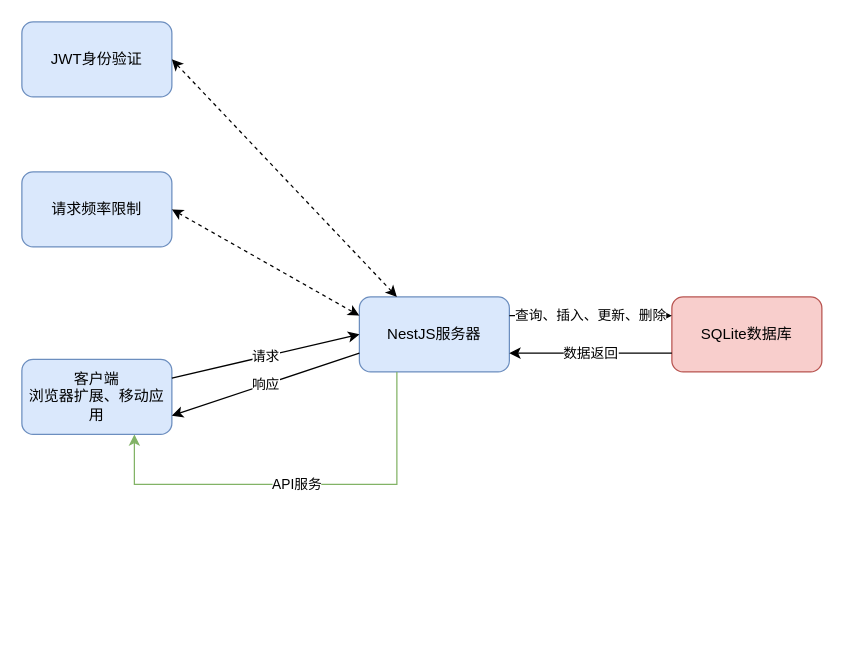
Before: drawio/system-architecture.drawio in ancientElement/CyberHamster, a draw.io diagram. Source tidied: cells renumbered, new cells numbered last; positions are measured from the earlier drawing's top-left corner, leaving out a move shared by most shapes. Both pictures are drawn from the tidied source at 125%, with x=0, y=0 at pixel (21, 21).
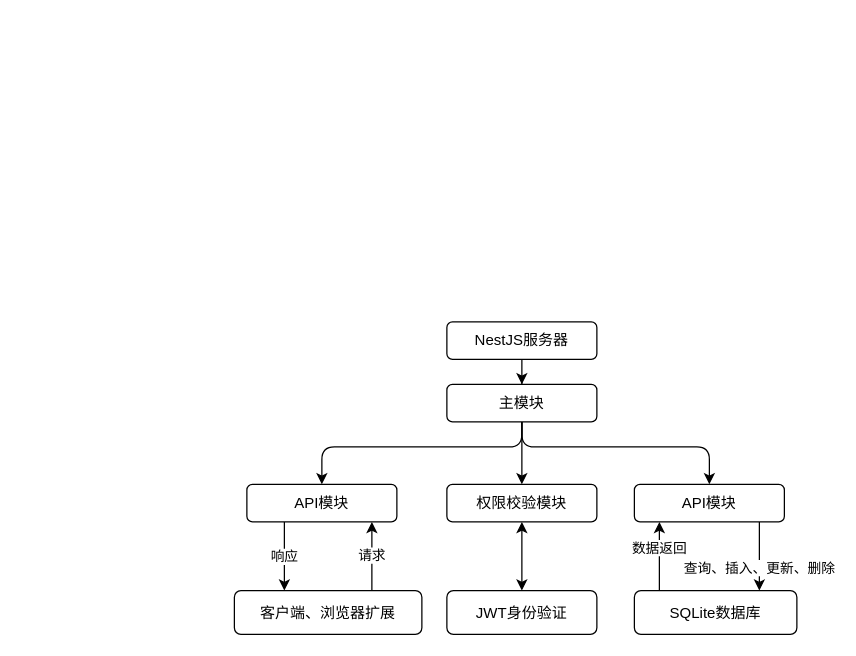
The same diagram, later.

The edit, as a diff of the source:
```diff
@@
-    <mxCell id="2" value="JWT身份验证" style="rounded=1;whiteSpace=wrap;html=1;fillColor=#dae8fc;strokeColor=#6c8ebf;" parent="1" vertex="1">
-      <mxGeometry width="120" height="60" as="geometry" />
+    <mxCell id="2" value="JWT身份验证" style="rounded=1;whiteSpace=wrap;html=1;" parent="1" vertex="1">
+      <mxGeometry x="340" y="455" width="120" height="35" as="geometry" />
     </mxCell>
-    <mxCell id="3" value="请求频率限制" style="rounded=1;whiteSpace=wrap;html=1;fillColor=#dae8fc;strokeColor=#6c8ebf;" parent="1" vertex="1">
-      <mxGeometry y="120" width="120" height="60" as="geometry" />
-    </mxCell>
-    <mxCell id="4" value="客户端&#10;浏览器扩展、移动应用" style="rounded=1;whiteSpace=wrap;html=1;fillColor=#dae8fc;strokeColor=#6c8ebf;" parent="1" vertex="1">
-      <mxGeometry y="270" width="120" height="60" as="geometry" />
+    <mxCell id="4" value="客户端、浏览器扩展" style="rounded=1;whiteSpace=wrap;html=1;" parent="1" vertex="1">
+      <mxGeometry x="170" y="455" width="150" height="35" as="geometry" />
     </mxCell>
+    <mxCell id="14" style="edgeStyle=orthogonalEdgeStyle;rounded=0;jettySize=auto;html=1;" parent="1" edge="1" source="5" target="18">
+      <mxGeometry relative="1" as="geometry">
+        <Array as="points">
+          <mxPoint x="400" y="360" />
+          <mxPoint x="400" y="360" />
+        </Array>
+      </mxGeometry>
+    </mxCell>
+    <mxCell id="15" style="edgeStyle=orthogonalEdgeStyle;rounded=1;jettySize=auto;html=1;curved=0;" parent="1" edge="1" source="5" target="17">
+      <mxGeometry relative="1" as="geometry">
+        <Array as="points">
+          <mxPoint x="400" y="340" />
+          <mxPoint x="550" y="340" />
+        </Array>
+      </mxGeometry>
+    </mxCell>
-    <mxCell id="5" value="NestJS服务器" style="rounded=1;whiteSpace=wrap;html=1;fillColor=#dae8fc;strokeColor=#6c8ebf;" parent="1" vertex="1">
-      <mxGeometry x="270" y="220" width="120" height="60" as="geometry" />
+    <mxCell id="5" value="主模块" style="rounded=1;whiteSpace=wrap;html=1;" parent="1" vertex="1">
+      <mxGeometry x="340" y="290" width="120" height="30" as="geometry" />
     </mxCell>
-    <mxCell id="6" value="SQLite数据库" style="rounded=1;whiteSpace=wrap;html=1;fillColor=#f8cecc;strokeColor=#b85450;" parent="1" vertex="1">
-      <mxGeometry x="520" y="220" width="120" height="60" as="geometry" />
+    <mxCell id="6" value="SQLite数据库" style="rounded=1;whiteSpace=wrap;html=1;" parent="1" vertex="1">
+      <mxGeometry x="490" y="455" width="130" height="35" as="geometry" />
     </mxCell>
-    <mxCell id="7" style="endArrow=classic;startArrow=classic;html=1;rounded=0;exitX=1;exitY=0.5;exitDx=0;exitDy=0;entryX=0.25;entryY=0;entryDx=0;entryDy=0;dashed=1;" parent="1" edge="1" source="2" target="5">
+    <mxCell id="7" style="endArrow=classic;startArrow=classic;html=1;rounded=0;" parent="1" edge="1" source="2" target="18">
       <mxGeometry relative="1" as="geometry" />
     </mxCell>
-    <mxCell id="8" style="endArrow=classic;startArrow=classic;html=1;rounded=0;exitX=1;exitY=0.5;exitDx=0;exitDy=0;entryX=0;entryY=0.25;entryDx=0;entryDy=0;dashed=1;" parent="1" edge="1" source="3" target="5">
-      <mxGeometry relative="1" as="geometry" />
-    </mxCell>
-    <mxCell id="9" value="请求" style="endArrow=classic;html=1;rounded=0;exitX=1;exitY=0.25;exitDx=0;exitDy=0;entryX=0;entryY=0.5;entryDx=0;entryDy=0;" parent="1" edge="1" source="4" target="5">
-      <mxGeometry relative="1" as="geometry" />
+    <mxCell id="9" value="请求" style="endArrow=classic;html=1;rounded=0;edgeStyle=orthogonalEdgeStyle;" parent="1" edge="1" source="4" target="16">
+      <mxGeometry relative="1" as="geometry">
+        <Array as="points">
+          <mxPoint x="280" y="440" />
+          <mxPoint x="280" y="440" />
+        </Array>
+      </mxGeometry>
     </mxCell>
-    <mxCell id="10" value="响应" style="endArrow=classic;html=1;rounded=0;exitX=0;exitY=0.75;exitDx=0;exitDy=0;entryX=1;entryY=0.75;entryDx=0;entryDy=0;" parent="1" edge="1" source="5" target="4">
-      <mxGeometry relative="1" as="geometry" />
+    <mxCell id="10" value="响应" style="endArrow=classic;html=1;rounded=0;edgeStyle=orthogonalEdgeStyle;" parent="1" edge="1" source="16" target="4">
+      <mxGeometry relative="1" as="geometry">
+        <Array as="points">
+          <mxPoint x="210" y="430" />
+          <mxPoint x="210" y="430" />
+        </Array>
+      </mxGeometry>
     </mxCell>
-    <mxCell id="11" value="API服务" style="endArrow=classic;html=1;rounded=0;exitX=0.25;exitY=1;exitDx=0;exitDy=0;entryX=0.75;entryY=1;entryDx=0;entryDy=0;fillColor=#d5e8d4;strokeColor=#82b366;" parent="1" edge="1" source="5" target="4">
+    <mxCell id="11" style="endArrow=classic;html=1;rounded=1;edgeStyle=orthogonalEdgeStyle;curved=0;" parent="1" edge="1" source="5" target="16">
       <mxGeometry relative="1" as="geometry">
         <Array as="points">
-          <mxPoint x="300" y="370" />
-          <mxPoint x="90" y="370" />
+          <mxPoint x="400" y="340" />
+          <mxPoint x="240" y="340" />
         </Array>
       </mxGeometry>
     </mxCell>
-    <mxCell id="12" value="查询、插入、更新、删除" style="endArrow=classic;html=1;rounded=0;exitX=1;exitY=0.25;exitDx=0;exitDy=0;entryX=0;entryY=0.25;entryDx=0;entryDy=0;" parent="1" edge="1" source="5" target="6">
-      <mxGeometry relative="1" as="geometry" />
+    <mxCell id="12" value="查询、插入、更新、删除" style="endArrow=classic;html=1;rounded=0;edgeStyle=orthogonalEdgeStyle;" parent="1" edge="1" source="17" target="6">
+      <mxGeometry x="0.33" relative="1" as="geometry">
+        <Array as="points">
+          <mxPoint x="590" y="430" />
+          <mxPoint x="590" y="430" />
+        </Array>
+      </mxGeometry>
     </mxCell>
-    <mxCell id="13" value="数据返回" style="endArrow=classic;html=1;rounded=0;exitX=0;exitY=0.75;exitDx=0;exitDy=0;entryX=1;entryY=0.75;entryDx=0;entryDy=0;" parent="1" edge="1" source="6" target="5">
-      <mxGeometry relative="1" as="geometry" />
+    <mxCell id="13" value="数据返回" style="endArrow=classic;html=1;rounded=0;edgeStyle=orthogonalEdgeStyle;" parent="1" edge="1" source="6" target="17">
+      <mxGeometry x="0.22" relative="1" as="geometry">
+        <Array as="points">
+          <mxPoint x="510" y="430" />
+          <mxPoint x="510" y="430" />
+        </Array>
+      </mxGeometry>
     </mxCell>
+    <mxCell id="16" value="API模块" style="rounded=1;whiteSpace=wrap;html=1;" parent="1" vertex="1">
+      <mxGeometry x="180" y="370" width="120" height="30" as="geometry" />
+    </mxCell>
+    <mxCell id="17" value="API模块" style="rounded=1;whiteSpace=wrap;html=1;" parent="1" vertex="1">
+      <mxGeometry x="490" y="370" width="120" height="30" as="geometry" />
+    </mxCell>
+    <mxCell id="18" value="权限校验模块" style="rounded=1;whiteSpace=wrap;html=1;" parent="1" vertex="1">
+      <mxGeometry x="340" y="370" width="120" height="30" as="geometry" />
+    </mxCell>
+    <mxCell id="19" style="edgeStyle=orthogonalEdgeStyle;rounded=0;jettySize=auto;html=1;" parent="1" edge="1" source="20" target="5">
+      <mxGeometry relative="1" as="geometry" />
+    </mxCell>
+    <mxCell id="20" value="NestJS服务器" style="rounded=1;whiteSpace=wrap;html=1;" parent="1" vertex="1">
+      <mxGeometry x="340" y="240" width="120" height="30" as="geometry" />
+    </mxCell>
```
